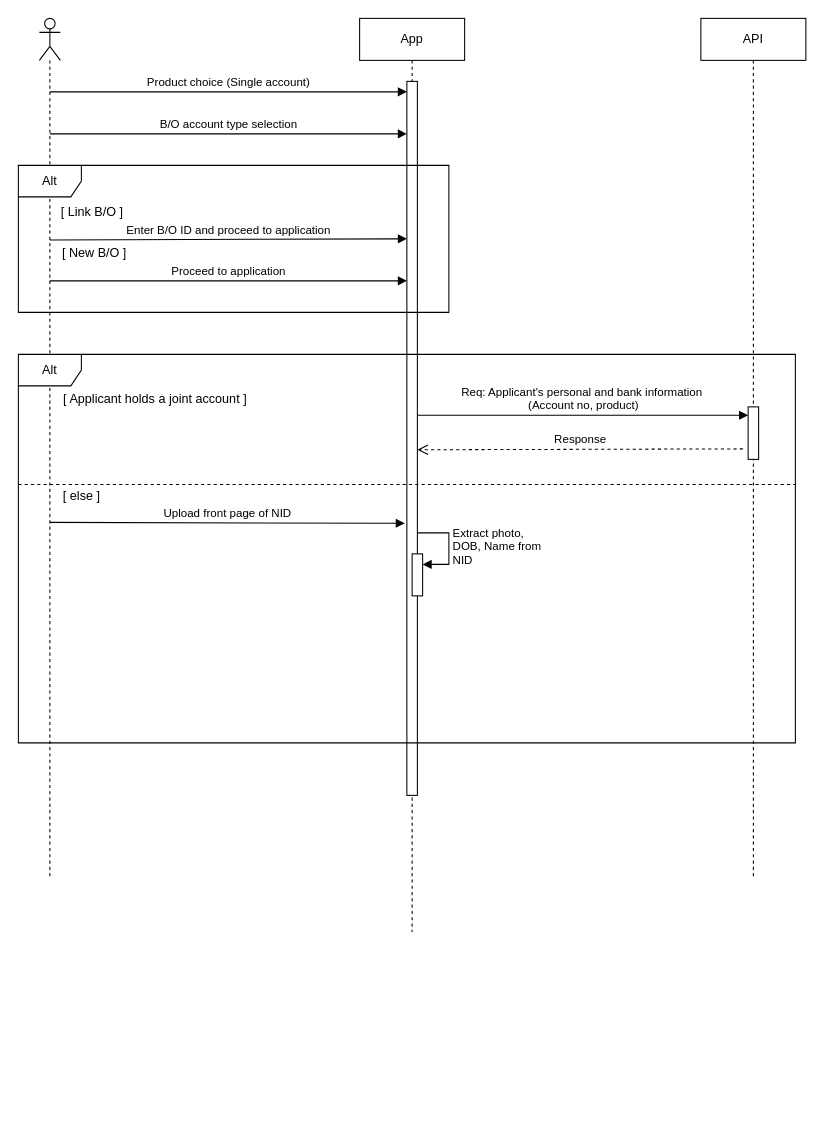
This is src/assets/Onboarding_single_account.drawio from Eritra064/test_repo, a draw.io file, before an edit. Source tidied: cells renumbered, new cells numbered last; positions are measured from the earlier drawing's top-left corner, leaving out a move shared by most shapes. Both pictures are drawn from the tidied source at 105%, with x=0, y=0 at pixel (18, 18).
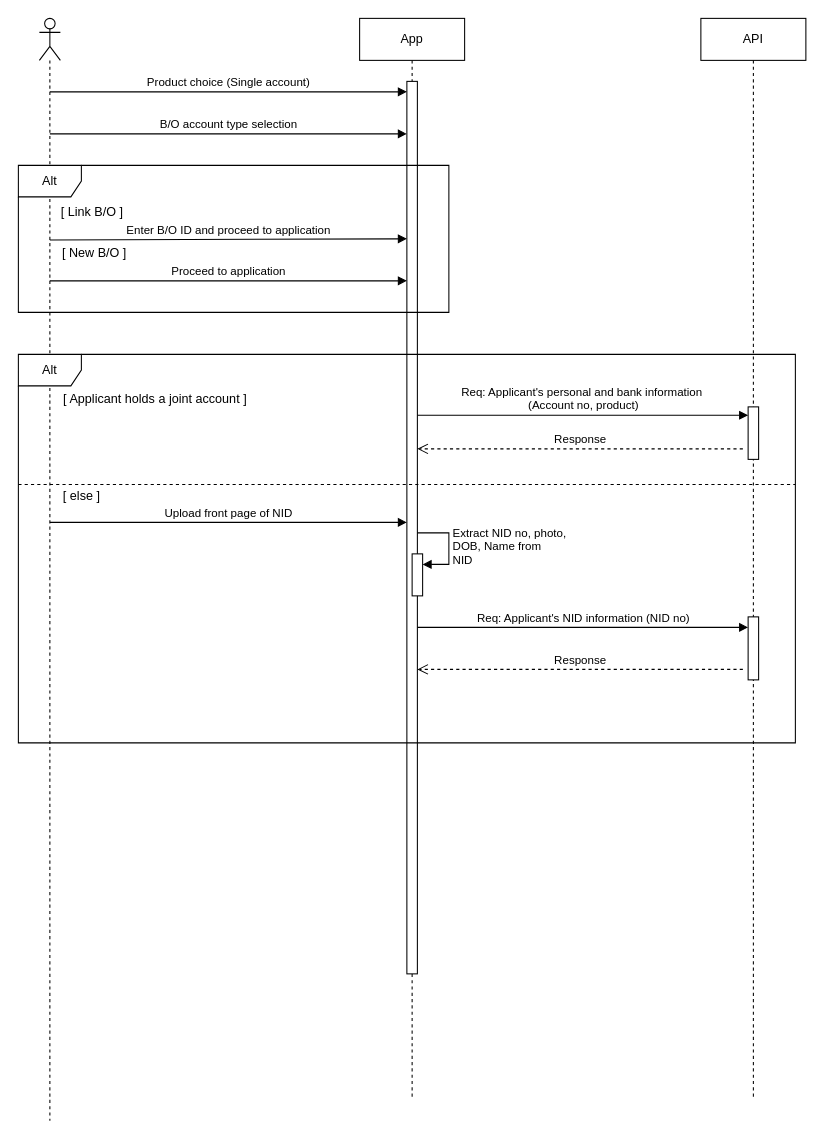
After the change.

Unchanged cells that the change refers to:
```xml
<mxCell id="21" style="html=1;points=[[0,0,0,0,5],[0,1,0,0,-5],[1,0,0,0,5],[1,1,0,0,-5]];perimeter=orthogonalPerimeter;outlineConnect=0;targetShapes=umlLifeline;portConstraint=eastwest;newEdgeStyle={&quot;curved&quot;:0,&quot;rounded&quot;:0};" parent="1" vertex="1">
  <mxGeometry x="375" y="510" width="10" height="40" as="geometry" />
</mxCell>
```

Change to the diagram source:
```diff
@@
     <mxCell id="2" style="shape=umlLifeline;perimeter=lifelinePerimeter;whiteSpace=wrap;html=1;newEdgeStyle={&quot;curved&quot;:0,&quot;rounded&quot;:0};participant=umlActor;" parent="1" vertex="1">
-      <mxGeometry x="20" width="20" height="820" as="geometry" />
+      <mxGeometry x="20" width="20" height="1050" as="geometry" />
     </mxCell>
     <mxCell id="3" value="App" style="shape=umlLifeline;perimeter=lifelinePerimeter;whiteSpace=wrap;html=1;newEdgeStyle={&quot;curved&quot;:0,&quot;rounded&quot;:0};" parent="1" vertex="1">
-      <mxGeometry x="325" width="100" height="870" as="geometry" />
+      <mxGeometry x="325" width="100" height="1030" as="geometry" />
     </mxCell>
     <mxCell id="4" style="html=1;points=[[0,0,0,0,5],[0,1,0,0,-5],[1,0,0,0,5],[1,1,0,0,-5]];perimeter=orthogonalPerimeter;outlineConnect=0;targetShapes=umlLifeline;portConstraint=eastwest;newEdgeStyle={&quot;curved&quot;:0,&quot;rounded&quot;:0};" parent="3" vertex="1">
-      <mxGeometry x="45" y="60" width="10" height="680" as="geometry" />
+      <mxGeometry x="45" y="60" width="10" height="850" as="geometry" />
     </mxCell>
     <mxCell id="5" value="API" style="shape=umlLifeline;perimeter=lifelinePerimeter;whiteSpace=wrap;html=1;newEdgeStyle={&quot;curved&quot;:0,&quot;rounded&quot;:0};" parent="1" vertex="1">
-      <mxGeometry x="650" width="100" height="820" as="geometry" />
+      <mxGeometry x="650" width="100" height="1030" as="geometry" />
     </mxCell>
@@
-    <mxCell id="17" value="Response" style="html=1;verticalAlign=bottom;endArrow=open;dashed=1;endSize=8;curved=0;rounded=0;entryX=1;entryY=0.516;entryDx=0;entryDy=0;entryPerimeter=0;" parent="1" edge="1" target="4">
+    <mxCell id="17" value="Response" style="html=1;verticalAlign=bottom;endArrow=open;dashed=1;endSize=8;curved=0;rounded=0;" parent="1" edge="1" target="4">
       <mxGeometry relative="1" as="geometry">
         <mxPoint x="690" y="410" as="sourcePoint" />
       </mxGeometry>
     </mxCell>
@@
-    <mxCell id="20" value="Upload front page of NID" style="html=1;verticalAlign=bottom;endArrow=block;curved=0;rounded=0;entryX=-0.2;entryY=0.619;entryDx=0;entryDy=0;entryPerimeter=0;" parent="1" edge="1" target="4">
+    <mxCell id="20" value="Upload front page of NID" style="html=1;verticalAlign=bottom;endArrow=block;curved=0;rounded=0;" parent="1" edge="1" target="4">
       <mxGeometry relative="1" as="geometry">
         <mxPoint x="30" y="480" as="sourcePoint" />
       </mxGeometry>
     </mxCell>
@@
-    <mxCell id="22" value="Extract photo,&lt;div&gt;DOB, Name from&lt;/div&gt;&lt;div&gt;NID&lt;/div&gt;" style="html=1;align=left;spacingLeft=2;endArrow=block;rounded=0;edgeStyle=orthogonalEdgeStyle;curved=0;rounded=0;" parent="1" edge="1" target="21">
+    <mxCell id="22" value="Extract NID no, photo,&lt;div&gt;DOB, Name from&lt;/div&gt;&lt;div&gt;NID&lt;/div&gt;" style="html=1;align=left;spacingLeft=2;endArrow=block;rounded=0;edgeStyle=orthogonalEdgeStyle;curved=0;rounded=0;" parent="1" edge="1" target="21">
       <mxGeometry relative="1" as="geometry">
         <mxPoint x="380" y="490" as="sourcePoint" />
         <Array as="points">
           <mxPoint x="410" y="520" />
         </Array>
       </mxGeometry>
     </mxCell>
+    <mxCell id="23" style="html=1;points=[[0,0,0,0,5],[0,1,0,0,-5],[1,0,0,0,5],[1,1,0,0,-5]];perimeter=orthogonalPerimeter;outlineConnect=0;targetShapes=umlLifeline;portConstraint=eastwest;newEdgeStyle={&quot;curved&quot;:0,&quot;rounded&quot;:0};" parent="1" vertex="1">
+      <mxGeometry x="695" y="570" width="10" height="60" as="geometry" />
+    </mxCell>
+    <mxCell id="24" value="Req: Applicant's NID information (NID no)" style="html=1;verticalAlign=bottom;endArrow=block;curved=0;rounded=0;" parent="1" edge="1" target="23">
+      <mxGeometry relative="1" as="geometry">
+        <mxPoint x="380" y="580" as="sourcePoint" />
+      </mxGeometry>
+    </mxCell>
+    <mxCell id="25" value="Response" style="html=1;verticalAlign=bottom;endArrow=open;dashed=1;endSize=8;curved=0;rounded=0;" parent="1" edge="1" target="4">
+      <mxGeometry relative="1" as="geometry">
+        <mxPoint x="690" y="620" as="sourcePoint" />
+      </mxGeometry>
+    </mxCell>
```
